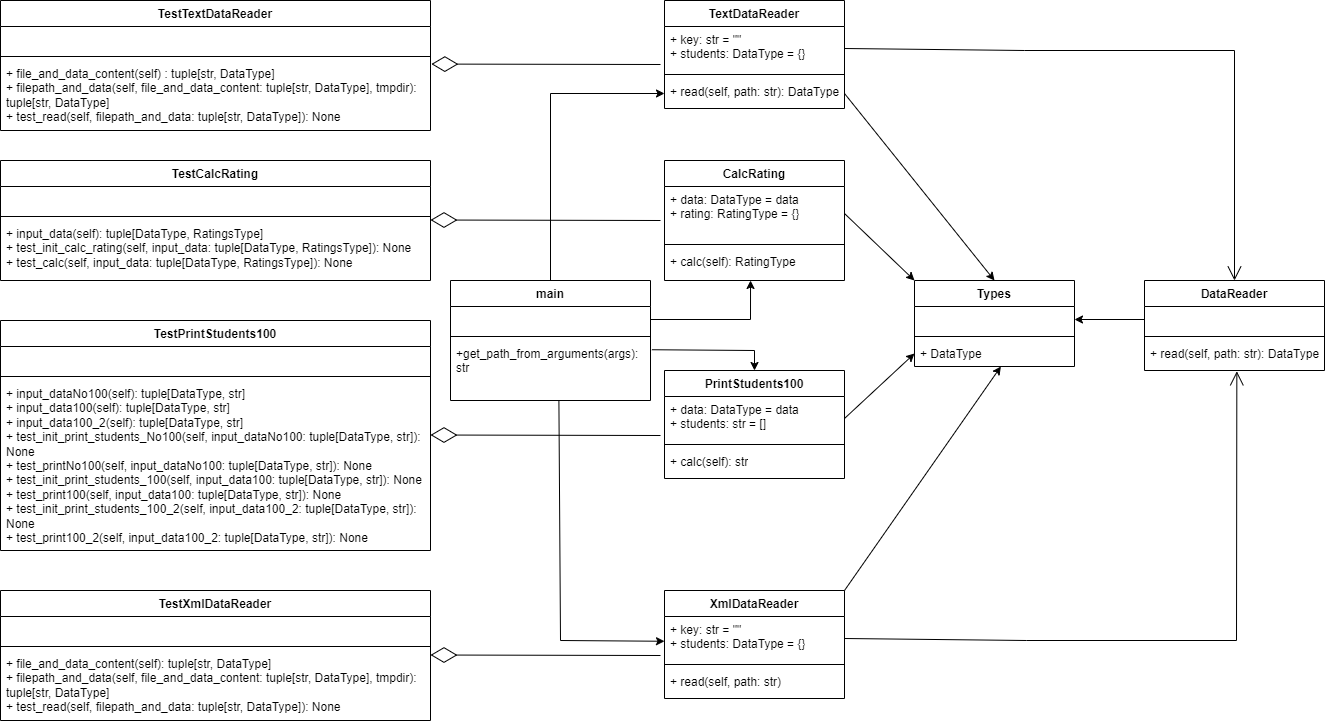
Earlier version of the draw.io export img/uml.png (TDitS/PTLab1). Source tidied: cells renumbered, new cells last; positions are measured from the earlier drawing's top-left corner, leaving out a move shared by most shapes.
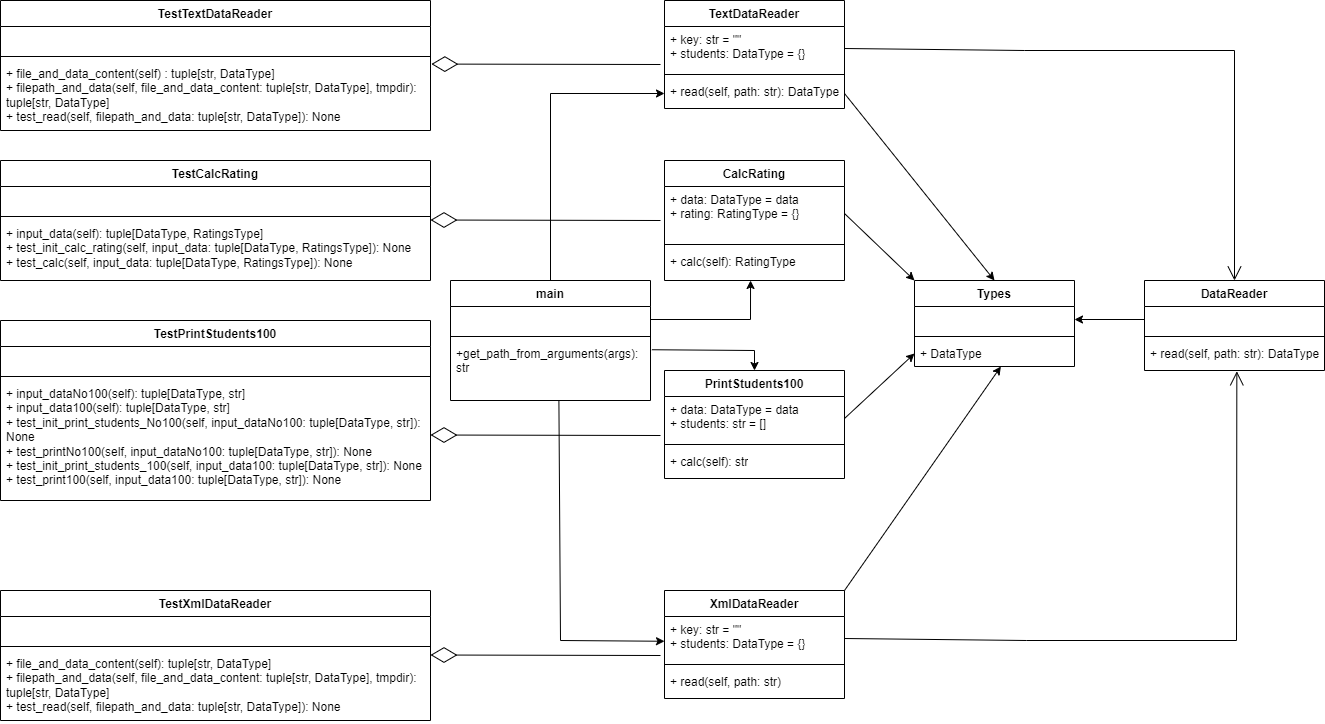
After the change.

Commit message:
add uml diagram

What changed in the source:
```diff
@@ -15,7 +15,7 @@
       <mxGeometry y="60" width="430" height="70" as="geometry" />
     </mxCell>
     <mxCell id="6" value="TestPrintStudents100" style="swimlane;fontStyle=1;align=center;verticalAlign=top;horizontal=1;startSize=26;whiteSpace=wrap;html=1;" parent="1" vertex="1">
-      <mxGeometry y="320" width="430" height="230" as="geometry" />
+      <mxGeometry y="320" width="430" height="180" as="geometry" />
     </mxCell>
     <mxCell id="7" value="&amp;nbsp;" style="text;strokeColor=none;fillColor=none;align=left;verticalAlign=top;spacingLeft=4;spacingRight=4;overflow=hidden;whiteSpace=wrap;html=1;" parent="6" vertex="1">
       <mxGeometry y="26" width="430" height="26" as="geometry" />
@@ -23,8 +23,8 @@
     <mxCell id="8" style="line;strokeWidth=1;fillColor=none;align=left;verticalAlign=middle;spacingTop=-1;spacingLeft=3;spacingRight=3;labelPosition=right;strokeColor=inherit;" parent="6" vertex="1">
       <mxGeometry y="52" width="430" height="8" as="geometry" />
     </mxCell>
-    <mxCell id="9" value="+&amp;nbsp;input_dataNo100(self): tuple[DataType, str]&lt;br&gt;+&amp;nbsp;input_data100(self): tuple[DataType, str]&lt;br&gt;+&amp;nbsp;input_data100_2(self): tuple[DataType, str]&lt;br&gt;+&amp;nbsp;test_init_print_students_No100(self, input_dataNo100:&amp;nbsp;tuple[DataType, str]): None&lt;br&gt;+ test_printNo100(self, input_dataNo100: tuple[DataType, str]): None&lt;br&gt;+&amp;nbsp;&lt;span style=&quot;background-color: initial;&quot;&gt;test_init_print_students_100(self, input_data100:&amp;nbsp;&lt;/span&gt;&lt;span style=&quot;background-color: initial;&quot;&gt;tuple[DataType, str]): None&lt;br&gt;&lt;/span&gt;+ test_print100(self, input_data100: tuple[DataType, str]): None&lt;br&gt;+&amp;nbsp;&lt;span style=&quot;background-color: initial;&quot;&gt;test_init_print_students_100_2(self, input_data100_2:&amp;nbsp;&lt;/span&gt;&lt;span style=&quot;background-color: initial;&quot;&gt;tuple[DataType, str]): None&lt;br&gt;&lt;/span&gt;&lt;span style=&quot;background-color: initial;&quot;&gt;+ test_print100_2(self, input_data100_2: tuple[DataType, str]): None&lt;br&gt;&lt;/span&gt;" style="text;strokeColor=none;fillColor=none;align=left;verticalAlign=top;spacingLeft=4;spacingRight=4;overflow=hidden;whiteSpace=wrap;html=1;" parent="6" vertex="1">
-      <mxGeometry y="60" width="430" height="170" as="geometry" />
+    <mxCell id="9" value="+&amp;nbsp;input_dataNo100(self): tuple[DataType, str]&lt;br&gt;+&amp;nbsp;input_data100(self): tuple[DataType, str]&lt;br&gt;+&amp;nbsp;test_init_print_students_No100(self, input_dataNo100:&amp;nbsp;tuple[DataType, str]): None&lt;br&gt;+ test_printNo100(self, input_dataNo100: tuple[DataType, str]): None&lt;br&gt;+&amp;nbsp;&lt;span style=&quot;background-color: initial;&quot;&gt;test_init_print_students_100(self, input_data100:&amp;nbsp;&lt;/span&gt;&lt;span style=&quot;background-color: initial;&quot;&gt;tuple[DataType, str]): None&lt;br&gt;&lt;/span&gt;+ test_print100(self, input_data100: tuple[DataType, str]): None&lt;span style=&quot;background-color: initial;&quot;&gt;&lt;br&gt;&lt;/span&gt;" style="text;strokeColor=none;fillColor=none;align=left;verticalAlign=top;spacingLeft=4;spacingRight=4;overflow=hidden;whiteSpace=wrap;html=1;" parent="6" vertex="1">
+      <mxGeometry y="60" width="430" height="120" as="geometry" />
     </mxCell>
     <mxCell id="10" value="TestCalcRating" style="swimlane;fontStyle=1;align=center;verticalAlign=top;horizontal=1;startSize=26;whiteSpace=wrap;html=1;" parent="1" vertex="1">
       <mxGeometry y="160" width="430" height="120" as="geometry" />
```
